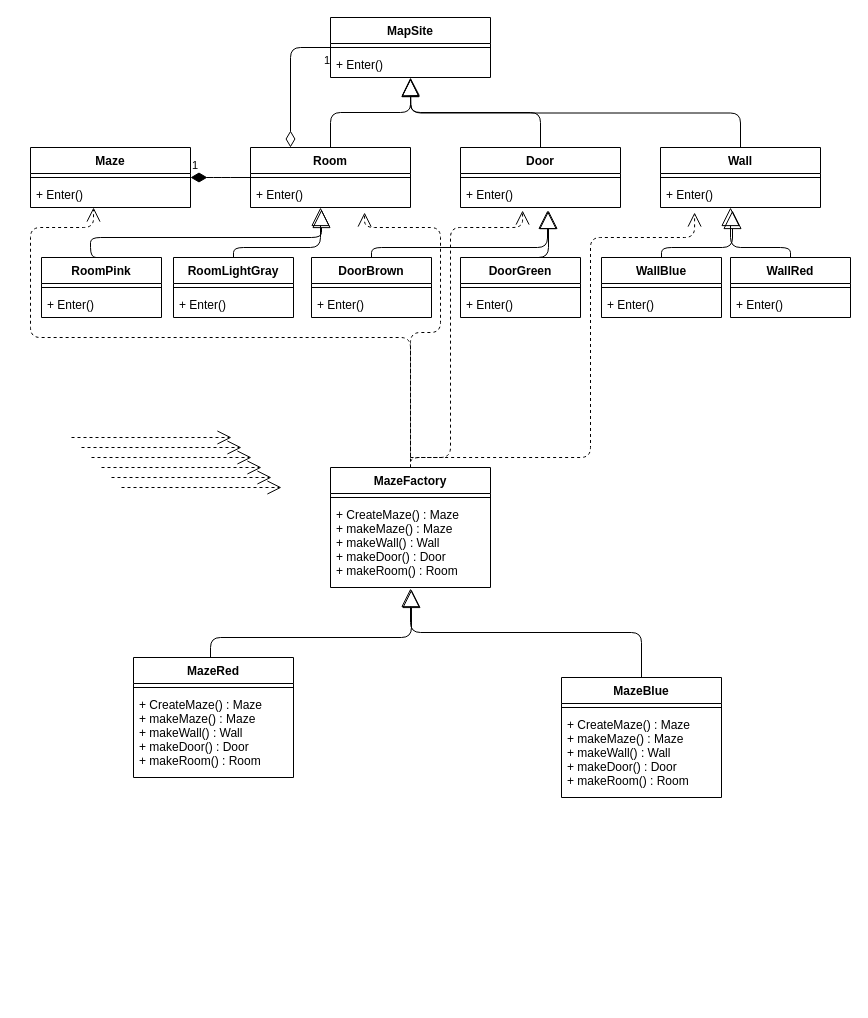
parveshj/SE575 keeps this draw.io diagram as Maze - Abstract Factory.drawio. Above is the earlier version. Source tidied: cells renumbered, new cells numbered last; positions are measured from the earlier drawing's top-left corner, leaving out a move shared by most shapes. Both pictures are drawn from the tidied source at 100%, with x=0, y=0 at pixel (30, 17).
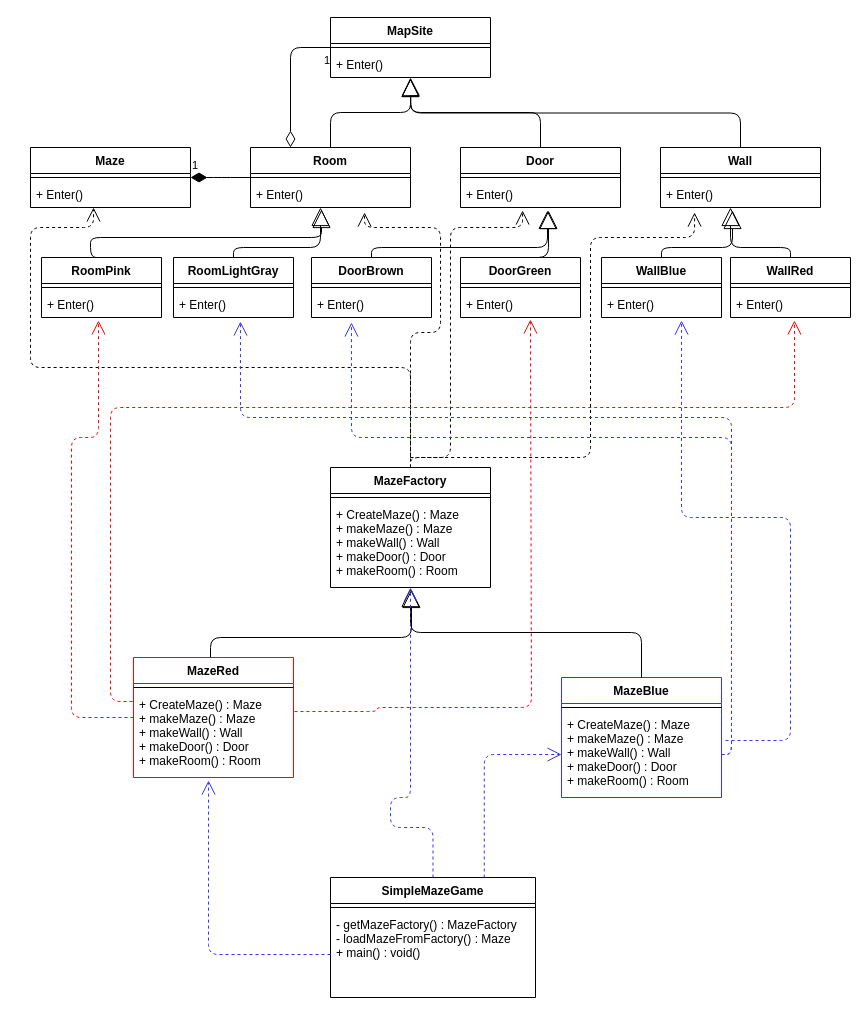
Above is the later version.

The change refers to these unchanged cells:
```xml
<mxCell id="16" value="+ Enter()" style="text;strokeColor=none;fillColor=none;align=left;verticalAlign=top;spacingLeft=4;spacingRight=4;overflow=hidden;points=[[0,0.5],[1,0.5]];portConstraint=eastwest;" parent="14" vertex="1">
  <mxGeometry y="34" width="160" height="26" as="geometry" />
</mxCell>
<mxCell id="23" value="MazeFactory" style="swimlane;fontStyle=1;align=center;verticalAlign=top;horizontal=1;startSize=26;" parent="1" vertex="1">
  <mxGeometry x="300" y="450" width="160" height="120" as="geometry" />
</mxCell>
<mxCell id="28" value="+ CreateMaze() : Maze&#10;+ makeMaze() : Maze&#10;+ makeWall() : Wall&#10;+ makeDoor() : Door&#10;+ makeRoom() : Room" style="text;strokeColor=none;fillColor=none;align=left;verticalAlign=top;spacingLeft=4;spacingRight=4;overflow=hidden;points=[[0,0.5],[1,0.5]];portConstraint=eastwest;" parent="26" vertex="1">
  <mxGeometry y="34" width="160" height="86" as="geometry" />
</mxCell>
<mxCell id="31" value="+ CreateMaze() : Maze&#10;+ makeMaze() : Maze&#10;+ makeWall() : Wall&#10;+ makeDoor() : Door&#10;+ makeRoom() : Room" style="text;strokeColor=none;fillColor=none;align=left;verticalAlign=top;spacingLeft=4;spacingRight=4;overflow=hidden;points=[[0,0.5],[1,0.5]];portConstraint=eastwest;" parent="29" vertex="1">
  <mxGeometry y="34" width="160" height="86" as="geometry" />
</mxCell>
<mxCell id="36" value="+ Enter()" style="text;strokeColor=none;fillColor=none;align=left;verticalAlign=top;spacingLeft=4;spacingRight=4;overflow=hidden;points=[[0,0.5],[1,0.5]];portConstraint=eastwest;" parent="34" vertex="1">
  <mxGeometry y="34" width="120" height="26" as="geometry" />
</mxCell>
<mxCell id="39" value="+ Enter()" style="text;strokeColor=none;fillColor=none;align=left;verticalAlign=top;spacingLeft=4;spacingRight=4;overflow=hidden;points=[[0,0.5],[1,0.5]];portConstraint=eastwest;" parent="37" vertex="1">
  <mxGeometry y="34" width="120" height="26" as="geometry" />
</mxCell>
<mxCell id="42" value="+ Enter()" style="text;strokeColor=none;fillColor=none;align=left;verticalAlign=top;spacingLeft=4;spacingRight=4;overflow=hidden;points=[[0,0.5],[1,0.5]];portConstraint=eastwest;" parent="40" vertex="1">
  <mxGeometry y="34" width="120" height="26" as="geometry" />
</mxCell>
<mxCell id="45" value="+ Enter()" style="text;strokeColor=none;fillColor=none;align=left;verticalAlign=top;spacingLeft=4;spacingRight=4;overflow=hidden;points=[[0,0.5],[1,0.5]];portConstraint=eastwest;" parent="43" vertex="1">
  <mxGeometry y="34" width="120" height="26" as="geometry" />
</mxCell>
<mxCell id="48" value="+ Enter()" style="text;strokeColor=none;fillColor=none;align=left;verticalAlign=top;spacingLeft=4;spacingRight=4;overflow=hidden;points=[[0,0.5],[1,0.5]];portConstraint=eastwest;" parent="46" vertex="1">
  <mxGeometry y="34" width="120" height="26" as="geometry" />
</mxCell>
<mxCell id="51" value="+ Enter()" style="text;strokeColor=none;fillColor=none;align=left;verticalAlign=top;spacingLeft=4;spacingRight=4;overflow=hidden;points=[[0,0.5],[1,0.5]];portConstraint=eastwest;" parent="49" vertex="1">
  <mxGeometry y="34" width="120" height="26" as="geometry" />
</mxCell>
```

The edit, as a diff of the source:
```diff
@@
-    <mxCell id="26" value="MazeRed" style="swimlane;fontStyle=1;align=center;verticalAlign=top;horizontal=1;startSize=26;" parent="1" vertex="1">
+    <mxCell id="26" value="MazeRed" style="swimlane;fontStyle=1;align=center;verticalAlign=top;horizontal=1;startSize=26;strokeColor=#FF0000;" parent="1" vertex="1">
       <mxGeometry x="103" y="640" width="160" height="120" as="geometry" />
     </mxCell>
@@
-    <mxCell id="29" value="MazeBlue" style="swimlane;fontStyle=1;align=center;verticalAlign=top;horizontal=1;startSize=26;" parent="1" vertex="1">
+    <mxCell id="29" value="MazeBlue" style="swimlane;fontStyle=1;align=center;verticalAlign=top;horizontal=1;startSize=26;strokeColor=#3333FF;" parent="1" vertex="1">
       <mxGeometry x="531" y="660" width="160" height="120" as="geometry" />
     </mxCell>
@@
     <mxCell id="58" style="endArrow=open;endSize=12;dashed=1;html=1;exitX=0.5;exitY=0;exitDx=0;exitDy=0;entryX=0.394;entryY=1;entryDx=0;entryDy=0;entryPerimeter=0;edgeStyle=orthogonalEdgeStyle;elbow=vertical;" parent="1" edge="1" source="23" target="16">
       <mxGeometry relative="1" as="geometry">
         <Array as="points">
-          <mxPoint x="380" y="320" />
-          <mxPoint y="320" />
+          <mxPoint x="380" y="350" />
+          <mxPoint y="350" />
           <mxPoint y="210" />
           <mxPoint x="63" y="210" />
         </Array>
       </mxGeometry>
     </mxCell>
@@
-    <mxCell id="62" style="endArrow=open;endSize=12;dashed=1;html=1;edgeStyle=orthogonalEdgeStyle;" parent="1" edge="1">
+    <mxCell id="62" style="endArrow=open;endSize=12;dashed=1;html=1;edgeStyle=orthogonalEdgeStyle;entryX=0.475;entryY=1.115;entryDx=0;entryDy=0;entryPerimeter=0;exitX=0;exitY=0.5;exitDx=0;exitDy=0;strokeColor=#FF0000;" parent="1" edge="1" source="26" target="36">
       <mxGeometry relative="1" as="geometry">
-        <mxPoint x="41" y="420" as="sourcePoint" />
-        <mxPoint x="201" y="420" as="targetPoint" />
+        <Array as="points">
+          <mxPoint x="41" y="700" />
+          <mxPoint x="41" y="420" />
+          <mxPoint x="68" y="420" />
+        </Array>
       </mxGeometry>
     </mxCell>
-    <mxCell id="63" style="endArrow=open;endSize=12;dashed=1;html=1;edgeStyle=orthogonalEdgeStyle;" parent="1" edge="1">
+    <mxCell id="63" style="endArrow=open;endSize=12;dashed=1;html=1;edgeStyle=orthogonalEdgeStyle;exitX=-0.006;exitY=0.116;exitDx=0;exitDy=0;exitPerimeter=0;entryX=0.533;entryY=1.115;entryDx=0;entryDy=0;entryPerimeter=0;strokeColor=#FF0000;" parent="1" edge="1" source="28" target="51">
       <mxGeometry relative="1" as="geometry">
-        <mxPoint x="51" y="430" as="sourcePoint" />
-        <mxPoint x="211" y="430" as="targetPoint" />
+        <Array as="points">
+          <mxPoint x="80" y="684" />
+          <mxPoint x="80" y="390" />
+          <mxPoint x="764" y="390" />
+        </Array>
       </mxGeometry>
     </mxCell>
-    <mxCell id="64" style="endArrow=open;endSize=12;dashed=1;html=1;edgeStyle=orthogonalEdgeStyle;" parent="1" edge="1">
+    <mxCell id="64" style="endArrow=open;endSize=12;dashed=1;html=1;edgeStyle=orthogonalEdgeStyle;exitX=1.006;exitY=0.233;exitDx=0;exitDy=0;exitPerimeter=0;entryX=0.583;entryY=1.077;entryDx=0;entryDy=0;entryPerimeter=0;strokeColor=#FF0000;" parent="1" edge="1" source="28" target="45">
       <mxGeometry relative="1" as="geometry">
-        <mxPoint x="61" y="440" as="sourcePoint" />
-        <mxPoint x="221" y="440" as="targetPoint" />
+        <Array as="points">
+          <mxPoint x="347" y="694" />
+          <mxPoint x="347" y="690" />
+          <mxPoint x="501" y="690" />
+        </Array>
       </mxGeometry>
     </mxCell>
-    <mxCell id="65" style="endArrow=open;endSize=12;dashed=1;html=1;edgeStyle=orthogonalEdgeStyle;" parent="1" edge="1">
+    <mxCell id="65" style="endArrow=open;endSize=12;dashed=1;html=1;edgeStyle=orthogonalEdgeStyle;entryX=0.558;entryY=1.154;entryDx=0;entryDy=0;entryPerimeter=0;exitX=1;exitY=0.5;exitDx=0;exitDy=0;strokeColor=#3333FF;" parent="1" edge="1" source="31" target="39">
       <mxGeometry relative="1" as="geometry">
-        <mxPoint x="71" y="450" as="sourcePoint" />
-        <mxPoint x="231" y="450" as="targetPoint" />
+        <Array as="points">
+          <mxPoint x="701" y="737" />
+          <mxPoint x="701" y="400" />
+          <mxPoint x="210" y="400" />
+        </Array>
       </mxGeometry>
     </mxCell>
-    <mxCell id="66" style="endArrow=open;endSize=12;dashed=1;html=1;edgeStyle=orthogonalEdgeStyle;" parent="1" edge="1">
+    <mxCell id="66" style="endArrow=open;endSize=12;dashed=1;html=1;edgeStyle=orthogonalEdgeStyle;entryX=0.333;entryY=1.192;entryDx=0;entryDy=0;entryPerimeter=0;exitX=1;exitY=0.5;exitDx=0;exitDy=0;strokeColor=#3333FF;" parent="1" edge="1" source="31" target="42">
       <mxGeometry relative="1" as="geometry">
-        <mxPoint x="81" y="460" as="sourcePoint" />
-        <mxPoint x="241" y="460" as="targetPoint" />
+        <Array as="points">
+          <mxPoint x="701" y="737" />
+          <mxPoint x="701" y="420" />
+          <mxPoint x="321" y="420" />
+        </Array>
       </mxGeometry>
     </mxCell>
-    <mxCell id="67" style="endArrow=open;endSize=12;dashed=1;html=1;edgeStyle=orthogonalEdgeStyle;" parent="1" edge="1">
+    <mxCell id="67" style="endArrow=open;endSize=12;dashed=1;html=1;edgeStyle=orthogonalEdgeStyle;entryX=0.667;entryY=1.115;entryDx=0;entryDy=0;entryPerimeter=0;exitX=1.025;exitY=0.337;exitDx=0;exitDy=0;exitPerimeter=0;strokeColor=#3333FF;" parent="1" edge="1" source="31" target="48">
       <mxGeometry relative="1" as="geometry">
-        <mxPoint x="91" y="470" as="sourcePoint" />
-        <mxPoint x="251" y="470" as="targetPoint" />
+        <Array as="points">
+          <mxPoint x="760" y="723" />
+          <mxPoint x="760" y="500" />
+          <mxPoint x="651" y="500" />
+        </Array>
       </mxGeometry>
     </mxCell>
+    <mxCell id="68" value="SimpleMazeGame" style="swimlane;fontStyle=1;align=center;verticalAlign=top;horizontal=1;startSize=26;" parent="1" vertex="1">
+      <mxGeometry x="300" y="860" width="205" height="120" as="geometry" />
+    </mxCell>
+    <mxCell id="69" style="line;strokeWidth=1;fillColor=none;align=left;verticalAlign=middle;spacingTop=-1;spacingLeft=3;spacingRight=3;labelPosition=right;" parent="68" vertex="1">
+      <mxGeometry y="26" width="205" height="8" as="geometry" />
+    </mxCell>
+    <mxCell id="70" value="- getMazeFactory() : MazeFactory&#10;- loadMazeFromFactory() : Maze&#10;+ main() : void()" style="text;strokeColor=none;fillColor=none;align=left;verticalAlign=top;spacingLeft=4;spacingRight=4;overflow=hidden;points=[[0,0.5],[1,0.5]];portConstraint=eastwest;" parent="68" vertex="1">
+      <mxGeometry y="34" width="205" height="86" as="geometry" />
+    </mxCell>
+    <mxCell id="71" style="endArrow=open;endSize=12;dashed=1;html=1;strokeColor=#3333FF;exitX=0;exitY=0.5;exitDx=0;exitDy=0;entryX=0.469;entryY=1.035;entryDx=0;entryDy=0;entryPerimeter=0;edgeStyle=orthogonalEdgeStyle;" parent="1" edge="1" source="70" target="28">
+      <mxGeometry relative="1" as="geometry">
+        <Array as="points">
+          <mxPoint x="178" y="937" />
+        </Array>
+      </mxGeometry>
+    </mxCell>
+    <mxCell id="72" style="endArrow=open;endSize=12;dashed=1;html=1;strokeColor=#3333FF;exitX=0.5;exitY=0;exitDx=0;exitDy=0;edgeStyle=orthogonalEdgeStyle;" parent="1" edge="1" source="68">
+      <mxGeometry relative="1" as="geometry">
+        <mxPoint x="380" y="570" as="targetPoint" />
+        <Array as="points">
+          <mxPoint x="403" y="810" />
+          <mxPoint x="360" y="810" />
+          <mxPoint x="360" y="780" />
+          <mxPoint x="380" y="780" />
+        </Array>
+      </mxGeometry>
+    </mxCell>
+    <mxCell id="73" style="endArrow=open;endSize=12;dashed=1;html=1;strokeColor=#3333FF;exitX=0.75;exitY=0;exitDx=0;exitDy=0;edgeStyle=orthogonalEdgeStyle;entryX=0;entryY=0.5;entryDx=0;entryDy=0;" parent="1" edge="1" source="68" target="31">
+      <mxGeometry relative="1" as="geometry">
+        <Array as="points">
+          <mxPoint x="454" y="737" />
+        </Array>
+      </mxGeometry>
+    </mxCell>
```
